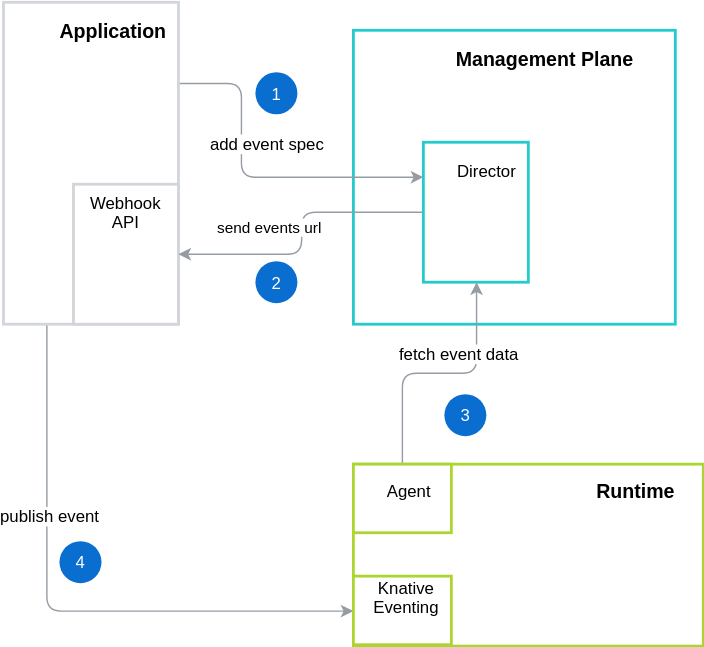
This is docs/architecture/assets/internal-event-flow.svg from kyma-incubator/compass, a draw.io export, as it was before one commit. Source tidied: cells renumbered, new cells last; positions are measured from the earlier drawing's top-left corner, leaving out a move shared by most shapes.
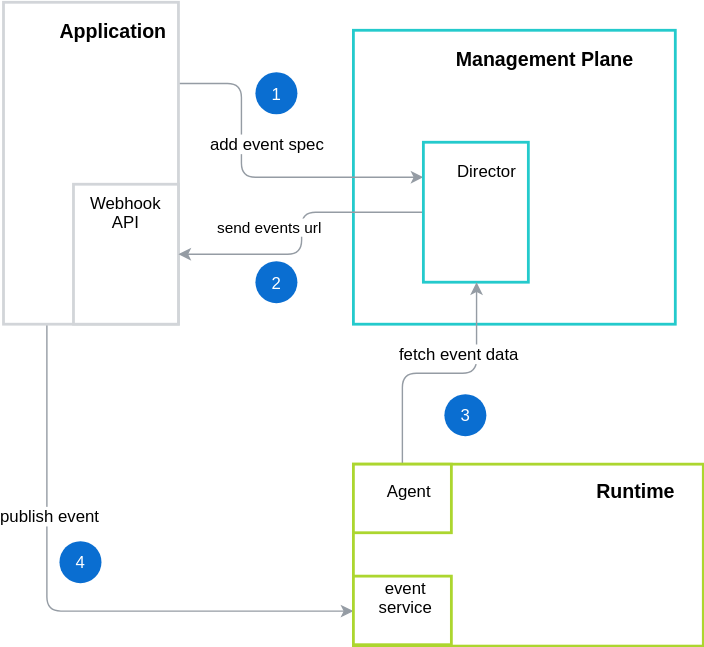
Above is the later version.

Change to the diagram source:
```diff
@@ -61,7 +61,7 @@
     <mxCell id="17" style="rounded=0;whiteSpace=wrap;html=1;strokeColor=#ACD62F;strokeWidth=2;horizontal=1;" parent="1" vertex="1">
       <mxGeometry x="250" y="410" width="70" height="49" as="geometry" />
     </mxCell>
-    <mxCell id="18" value="Knative Eventing&lt;br&gt;" style="text;html=1;strokeColor=none;fillColor=none;align=center;verticalAlign=middle;whiteSpace=wrap;rounded=0;fontSize=12;fontStyle=0;" parent="1" vertex="1">
+    <mxCell id="18" value="event service&lt;br&gt;" style="text;html=1;strokeColor=none;fillColor=none;align=center;verticalAlign=middle;whiteSpace=wrap;rounded=0;fontSize=12;fontStyle=0;" parent="1" vertex="1">
       <mxGeometry x="267.5" y="414.5" width="40" height="20" as="geometry" />
     </mxCell>
     <mxCell id="19" style="edgeStyle=orthogonalEdgeStyle;rounded=1;jettySize=auto;html=1;exitX=0.5;exitY=0;exitDx=0;exitDy=0;entryX=0.5;entryY=1;entryDx=0;entryDy=0;strokeColor=#959CA4;fontFamily=Helvetica;fontColor=#FFFFFF;" parent="1" edge="1" source="21" target="15">
```
